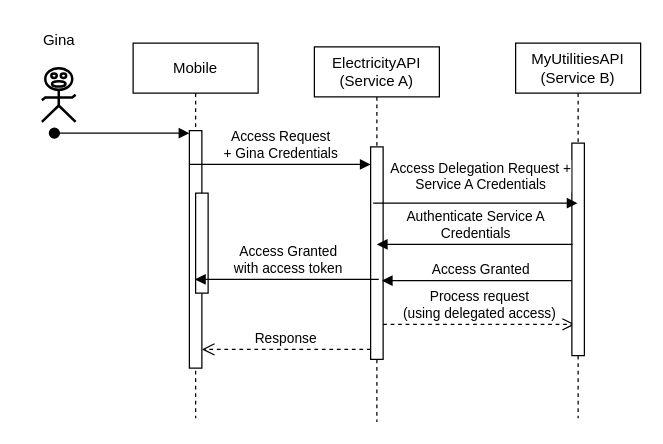
This is drawings/Untitled Diagram.drawio from bobbestben/draw.io, a draw.io file, before an edit. Source tidied: cells renumbered, new cells numbered last; positions are measured from the earlier drawing's top-left corner, leaving out a move shared by most shapes. Both pictures are drawn from the tidied source at 125%, with x=0, y=0 at pixel (21, 21).
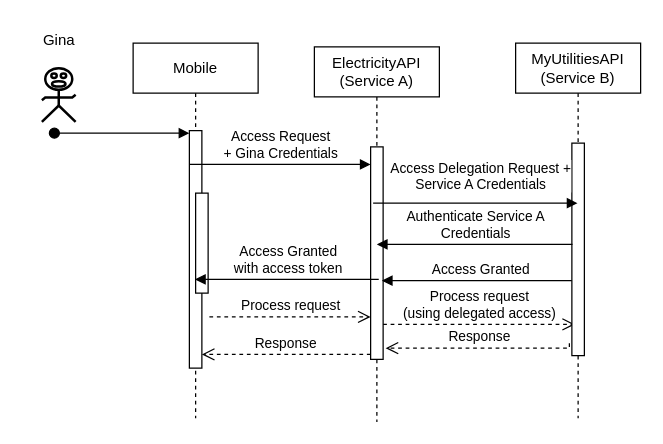
The same diagram, later.

The edit, as a diff of the source:
```diff
@@
     <mxCell id="9" value="Response" style="html=1;verticalAlign=bottom;endArrow=open;dashed=1;endSize=8;edgeStyle=elbowEdgeStyle;elbow=vertical;curved=0;rounded=0;" parent="1" edge="1">
       <mxGeometry relative="1" as="geometry">
-        <mxPoint x="279" y="262" as="sourcePoint" />
-        <mxPoint x="144" y="262" as="targetPoint" />
+        <mxPoint x="279" y="266" as="sourcePoint" />
+        <mxPoint x="144" y="266" as="targetPoint" />
         <Array as="points">
-          <mxPoint x="160" y="262" />
+          <mxPoint x="160" y="266" />
         </Array>
       </mxGeometry>
     </mxCell>
@@
+    <mxCell id="19" value="Process request" style="html=1;verticalAlign=bottom;endArrow=open;dashed=1;endSize=8;edgeStyle=elbowEdgeStyle;elbow=vertical;curved=0;rounded=0;" parent="1" edge="1">
+      <mxGeometry relative="1" as="geometry">
+        <mxPoint x="150" y="236" as="sourcePoint" />
+        <mxPoint x="279" y="236" as="targetPoint" />
+      </mxGeometry>
+    </mxCell>
+    <mxCell id="20" value="Response" style="html=1;verticalAlign=bottom;endArrow=open;dashed=1;endSize=8;edgeStyle=elbowEdgeStyle;elbow=vertical;curved=0;rounded=0;" parent="1" edge="1">
+      <mxGeometry relative="1" as="geometry">
+        <mxPoint x="438" y="257" as="sourcePoint" />
+        <mxPoint x="291" y="261" as="targetPoint" />
+        <Array as="points">
+          <mxPoint x="313" y="261" />
+        </Array>
+      </mxGeometry>
+    </mxCell>
```
